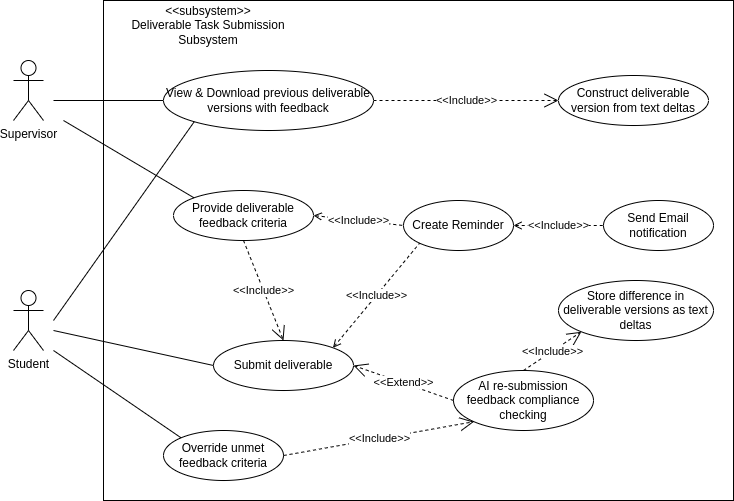
Above: UML/Deliverable Task Submission Subsystem.drawio.png in Beginner50/Dissertation (draw.io), before the change. Source tidied: cells renumbered, new cells last; positions are measured from the earlier drawing's top-left corner, leaving out a move shared by most shapes.
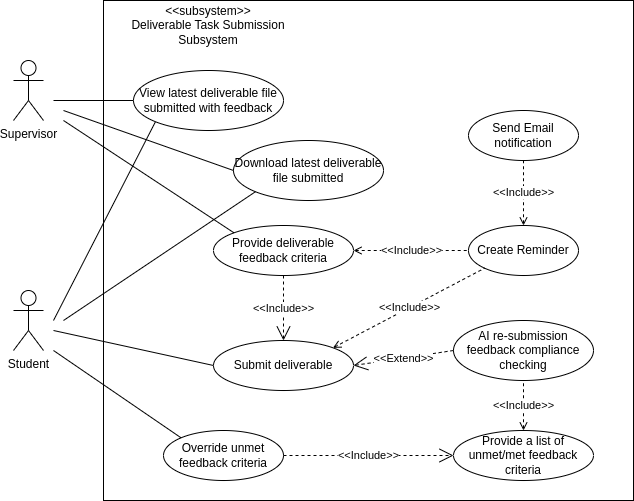
After the commit.

What changed in the source:
```diff
@@ -3,7 +3,7 @@
     <mxCell id="0" />
     <mxCell id="1" parent="0" />
     <mxCell id="2" style="rounded=0;whiteSpace=wrap;html=1;" parent="1" vertex="1">
-      <mxGeometry x="90" width="630" height="500" as="geometry" />
+      <mxGeometry x="90" width="530" height="500" as="geometry" />
     </mxCell>
     <mxCell id="3" value="Supervisor" style="shape=umlActor;verticalLabelPosition=bottom;verticalAlign=top;html=1;" parent="1" vertex="1">
       <mxGeometry y="60" width="30" height="60" as="geometry" />
@@ -14,24 +14,21 @@
     <mxCell id="5" value="Student" style="shape=umlActor;verticalLabelPosition=bottom;verticalAlign=top;html=1;" parent="1" vertex="1">
       <mxGeometry y="290" width="30" height="60" as="geometry" />
     </mxCell>
-    <mxCell id="6" value="View &amp;amp; Download previous deliverable versions with feedback" style="ellipse;whiteSpace=wrap;html=1;" parent="1" vertex="1">
-      <mxGeometry x="150" y="70" width="210" height="60" as="geometry" />
-    </mxCell>
     <mxCell id="7" value="Provide deliverable feedback criteria" style="ellipse;whiteSpace=wrap;html=1;" parent="1" vertex="1">
-      <mxGeometry x="160" y="190" width="140" height="50" as="geometry" />
+      <mxGeometry x="200" y="225" width="140" height="50" as="geometry" />
     </mxCell>
     <mxCell id="8" value="Submit deliverable" style="ellipse;whiteSpace=wrap;html=1;" parent="1" vertex="1">
       <mxGeometry x="200" y="340" width="140" height="50" as="geometry" />
     </mxCell>
     <mxCell id="9" value="AI re-submission feedback compliance checking" style="ellipse;whiteSpace=wrap;html=1;" parent="1" vertex="1">
-      <mxGeometry x="440" y="370" width="140" height="60" as="geometry" />
+      <mxGeometry x="440" y="320" width="140" height="60" as="geometry" />
     </mxCell>
-    <mxCell id="10" style="endArrow=none;html=1;rounded=0;entryX=0;entryY=1;entryDx=0;entryDy=0;" parent="1" edge="1" target="6">
+    <mxCell id="10" style="endArrow=none;html=1;rounded=0;entryX=0;entryY=1;entryDx=0;entryDy=0;" parent="1" edge="1" target="28">
       <mxGeometry relative="1" as="geometry">
         <mxPoint x="40" y="320" as="sourcePoint" />
       </mxGeometry>
     </mxCell>
-    <mxCell id="11" style="endArrow=none;html=1;rounded=0;entryX=0;entryY=0.5;entryDx=0;entryDy=0;" parent="1" edge="1" target="6">
+    <mxCell id="11" style="endArrow=none;html=1;rounded=0;entryX=0;entryY=0.5;entryDx=0;entryDy=0;" parent="1" edge="1" target="28">
       <mxGeometry relative="1" as="geometry">
         <mxPoint x="40" y="100" as="sourcePoint" />
       </mxGeometry>
@@ -49,7 +46,7 @@
         <mxPoint x="40" y="350" as="sourcePoint" />
       </mxGeometry>
     </mxCell>
-    <mxCell id="15" value="&amp;lt;&amp;lt;Include&amp;gt;&amp;gt;" style="endArrow=open;endSize=12;dashed=1;html=1;rounded=0;entryX=0;entryY=1;entryDx=0;entryDy=0;exitX=1;exitY=0.5;exitDx=0;exitDy=0;" parent="1" edge="1" source="12" target="9">
+    <mxCell id="15" value="&amp;lt;&amp;lt;Include&amp;gt;&amp;gt;" style="endArrow=open;endSize=12;dashed=1;html=1;rounded=0;entryX=0;entryY=0.5;entryDx=0;entryDy=0;exitX=1;exitY=0.5;exitDx=0;exitDy=0;" parent="1" edge="1" source="12" target="29">
       <mxGeometry relative="1" as="geometry" />
     </mxCell>
     <mxCell id="16" style="endArrow=none;html=1;rounded=0;entryX=0;entryY=0;entryDx=0;entryDy=0;" parent="1" edge="1" target="7">
@@ -60,23 +57,11 @@
     <mxCell id="17" value="&amp;lt;&amp;lt;Include&amp;gt;&amp;gt;" style="endArrow=open;endSize=12;dashed=1;html=1;rounded=0;entryX=0.5;entryY=0;entryDx=0;entryDy=0;exitX=0.5;exitY=1;exitDx=0;exitDy=0;" parent="1" edge="1" source="7" target="8">
       <mxGeometry relative="1" as="geometry" />
     </mxCell>
-    <mxCell id="18" value="Construct deliverable version from text deltas" style="ellipse;whiteSpace=wrap;html=1;" parent="1" vertex="1">
-      <mxGeometry x="545" y="75" width="150" height="50" as="geometry" />
-    </mxCell>
-    <mxCell id="19" value="&amp;lt;&amp;lt;Include&amp;gt;&amp;gt;" style="endArrow=open;endSize=12;dashed=1;html=1;rounded=0;entryX=0;entryY=0.5;entryDx=0;entryDy=0;exitX=1;exitY=0.5;exitDx=0;exitDy=0;" parent="1" edge="1" source="6" target="18">
-      <mxGeometry relative="1" as="geometry" />
-    </mxCell>
-    <mxCell id="20" value="Store difference in deliverable versions as text deltas" style="ellipse;whiteSpace=wrap;html=1;" parent="1" vertex="1">
-      <mxGeometry x="545" y="280" width="155" height="60" as="geometry" />
-    </mxCell>
-    <mxCell id="21" value="&amp;lt;&amp;lt;Include&amp;gt;&amp;gt;" style="endArrow=open;endSize=12;dashed=1;html=1;rounded=0;entryX=0;entryY=1;entryDx=0;entryDy=0;exitX=0.5;exitY=0;exitDx=0;exitDy=0;" parent="1" edge="1" source="9" target="20">
-      <mxGeometry x="0.02" relative="1" as="geometry" />
-    </mxCell>
     <mxCell id="22" value="Create Reminder" style="ellipse;whiteSpace=wrap;html=1;" parent="1" vertex="1">
-      <mxGeometry x="390" y="200" width="110" height="50" as="geometry" />
+      <mxGeometry x="455" y="225" width="110" height="50" as="geometry" />
     </mxCell>
     <mxCell id="23" value="Send Email notification" style="ellipse;whiteSpace=wrap;html=1;" parent="1" vertex="1">
-      <mxGeometry x="590" y="200" width="110" height="50" as="geometry" />
+      <mxGeometry x="455" y="110" width="110" height="50" as="geometry" />
     </mxCell>
     <mxCell id="24" value="&amp;lt;&amp;lt;Include&amp;gt;&amp;gt;" style="endArrow=none;endSize=12;dashed=1;html=1;rounded=0;entryX=0;entryY=1;entryDx=0;entryDy=0;exitX=1;exitY=0;exitDx=0;exitDy=0;endFill=0;startArrow=open;startFill=0;" parent="1" edge="1" source="8" target="22">
       <mxGeometry relative="1" as="geometry" />
@@ -84,11 +69,33 @@
     <mxCell id="25" value="&amp;lt;&amp;lt;Include&amp;gt;&amp;gt;" style="endArrow=none;endSize=12;dashed=1;html=1;rounded=0;entryX=0;entryY=0.5;entryDx=0;entryDy=0;exitX=1;exitY=0.5;exitDx=0;exitDy=0;endFill=0;startArrow=open;startFill=0;" parent="1" edge="1" source="7" target="22">
       <mxGeometry relative="1" as="geometry" />
     </mxCell>
-    <mxCell id="26" value="&amp;lt;&amp;lt;Include&amp;gt;&amp;gt;" style="endArrow=none;endSize=12;dashed=1;html=1;rounded=0;entryX=0;entryY=0.5;entryDx=0;entryDy=0;exitX=1;exitY=0.5;exitDx=0;exitDy=0;endFill=0;startArrow=open;startFill=0;" parent="1" edge="1" source="22" target="23">
+    <mxCell id="26" value="&amp;lt;&amp;lt;Include&amp;gt;&amp;gt;" style="endArrow=none;endSize=12;dashed=1;html=1;rounded=0;entryX=0.5;entryY=1;entryDx=0;entryDy=0;exitX=0.5;exitY=0;exitDx=0;exitDy=0;endFill=0;startArrow=open;startFill=0;" parent="1" edge="1" source="22" target="23">
       <mxGeometry relative="1" as="geometry" />
     </mxCell>
     <mxCell id="27" value="&amp;lt;&amp;lt;Extend&amp;gt;&amp;gt;" style="endArrow=open;endSize=12;dashed=1;html=1;rounded=0;entryX=1;entryY=0.5;entryDx=0;entryDy=0;exitX=0;exitY=0.5;exitDx=0;exitDy=0;" parent="1" edge="1" source="9" target="8">
       <mxGeometry relative="1" as="geometry" />
     </mxCell>
+    <mxCell id="28" value="View latest deliverable file submitted with feedback" style="ellipse;whiteSpace=wrap;html=1;" parent="1" vertex="1">
+      <mxGeometry x="120" y="70" width="150" height="60" as="geometry" />
+    </mxCell>
+    <mxCell id="29" value="Provide a list of unmet/met feedback criteria" style="ellipse;whiteSpace=wrap;html=1;" parent="1" vertex="1">
+      <mxGeometry x="440" y="430" width="140" height="50" as="geometry" />
+    </mxCell>
+    <mxCell id="30" value="&amp;lt;&amp;lt;Include&amp;gt;&amp;gt;" style="endArrow=none;endSize=12;dashed=1;html=1;rounded=0;entryX=0.5;entryY=1;entryDx=0;entryDy=0;exitX=0.5;exitY=0;exitDx=0;exitDy=0;endFill=0;startArrow=open;startFill=0;" parent="1" edge="1" source="29" target="9">
+      <mxGeometry relative="1" as="geometry" />
+    </mxCell>
+    <mxCell id="31" value="Download latest deliverable file submitted" style="ellipse;whiteSpace=wrap;html=1;" parent="1" vertex="1">
+      <mxGeometry x="220" y="140" width="150" height="60" as="geometry" />
+    </mxCell>
+    <mxCell id="32" style="endArrow=none;html=1;rounded=0;entryX=0;entryY=0.5;entryDx=0;entryDy=0;" parent="1" edge="1" target="31">
+      <mxGeometry relative="1" as="geometry">
+        <mxPoint x="50" y="110" as="sourcePoint" />
+      </mxGeometry>
+    </mxCell>
+    <mxCell id="33" style="endArrow=none;html=1;rounded=0;entryX=0;entryY=1;entryDx=0;entryDy=0;" parent="1" edge="1" target="31">
+      <mxGeometry relative="1" as="geometry">
+        <mxPoint x="50" y="320" as="sourcePoint" />
+      </mxGeometry>
+    </mxCell>
   </root>
 </mxGraphModel>
```
